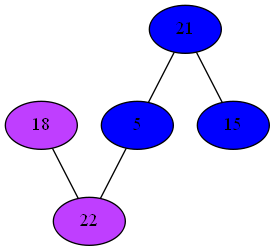
The Graphviz diagram Compiler/34phiGraph.png in mbajaj92/Project-Astoria, before a commit. Its source is kept beside it as Compiler/34phiGraph.dot.
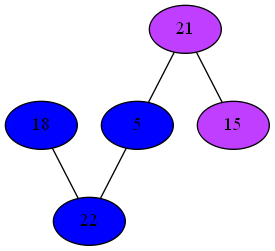
Above is the later version.

The edit, as a diff of the source:
```diff
@@ -1,15 +1,15 @@
 strict graph {
-18[label="18" style=filled fillcolor="darkorchid1"];
+18[label="18" style=filled fillcolor="blue1"];
 18 -- 22
-21[label="21" style=filled fillcolor="blue1"];
+21[label="21" style=filled fillcolor="darkorchid1"];
 21 -- 5
 21 -- 15
 5[label="5" style=filled fillcolor="blue1"];
 5 -- 21
 5 -- 22
-22[label="22" style=filled fillcolor="darkorchid1"];
+22[label="22" style=filled fillcolor="blue1"];
 22 -- 18
 22 -- 5
-15[label="15" style=filled fillcolor="blue1"];
+15[label="15" style=filled fillcolor="darkorchid1"];
 15 -- 21
 }
```
